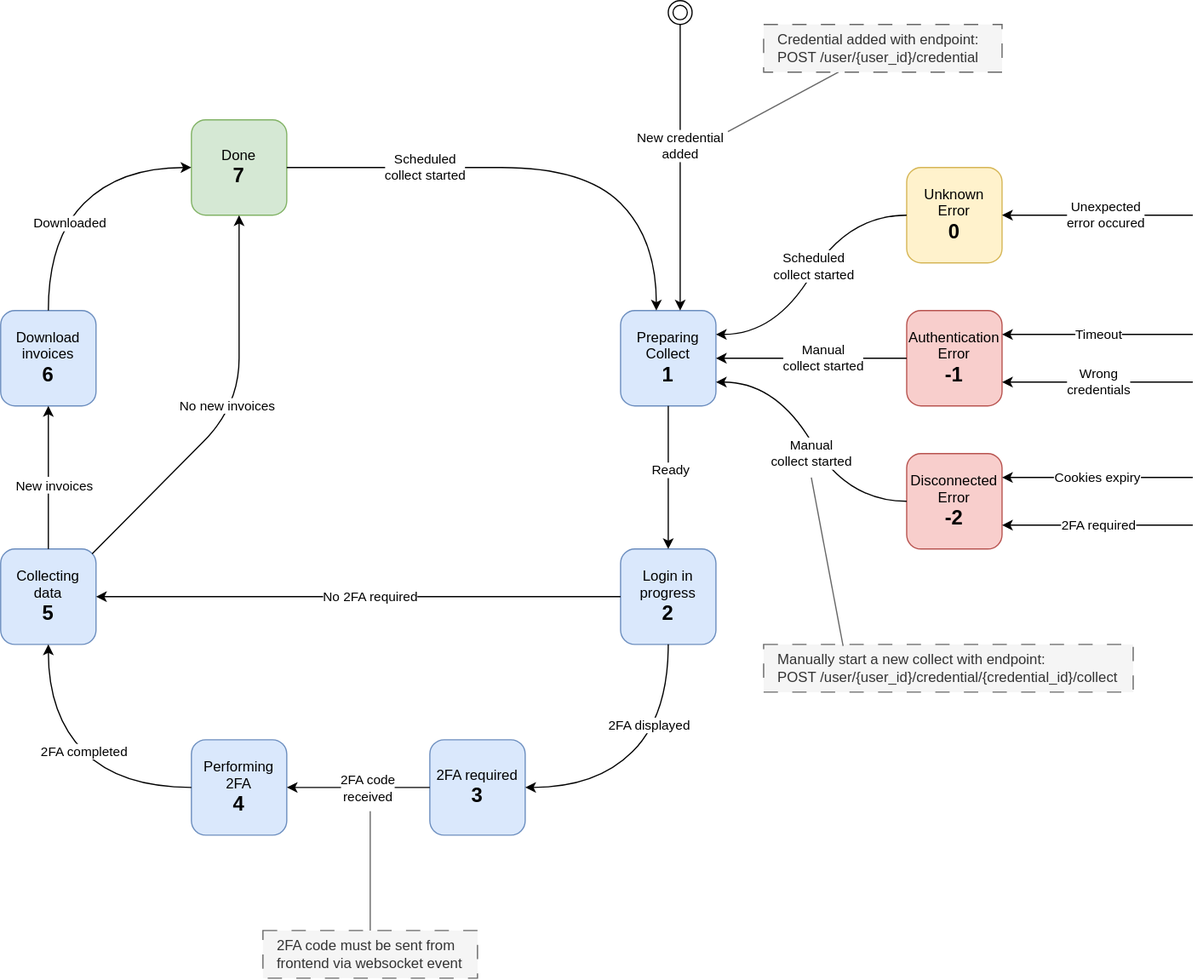
This is docs/sequence_diagram/state_diagram.svg from invoice-collector/website, a draw.io export, as it was before one commit. Source tidied: cells renumbered, new cells last; positions are measured from the earlier drawing's top-left corner, leaving out a move shared by most shapes.
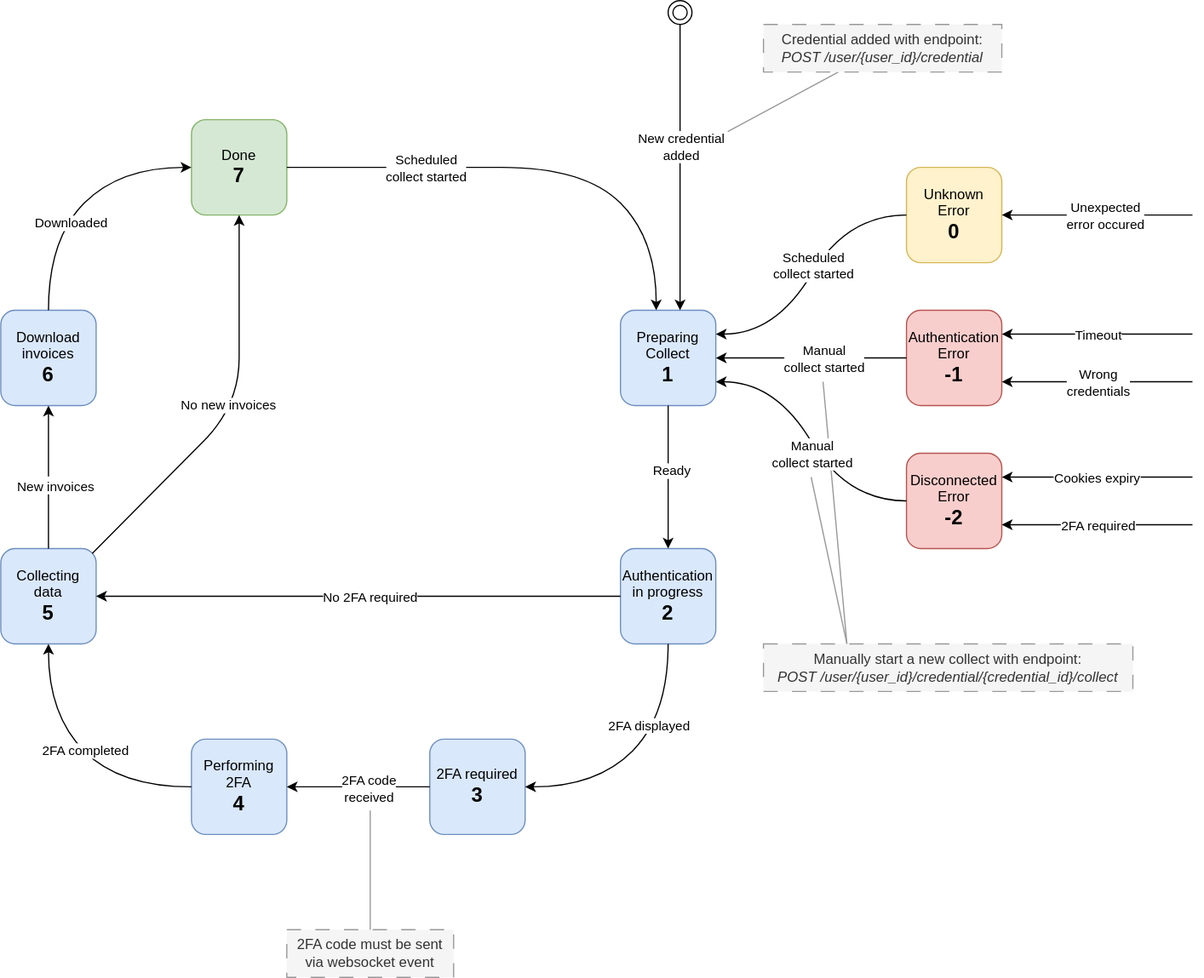
Above is the later version.

Commit message:
Update state diagram

Diff of the diagram source:
```diff
@@ -2,10 +2,16 @@
   <root>
     <mxCell id="0" />
     <mxCell id="1" parent="0" />
+    <mxCell id="56" style="edgeStyle=none;html=1;endArrow=none;endFill=0;strokeColor=#999999;" parent="1" edge="1">
+      <mxGeometry relative="1" as="geometry">
+        <mxPoint x="710" y="540" as="sourcePoint" />
+        <mxPoint x="690" y="320" as="targetPoint" />
+      </mxGeometry>
+    </mxCell>
     <mxCell id="2" value="Preparing Collect&lt;br&gt;&lt;div&gt;&lt;font style=&quot;font-size: 17px;&quot;&gt;&lt;b&gt;1&lt;/b&gt;&lt;/font&gt;&lt;/div&gt;" style="rounded=1;whiteSpace=wrap;html=1;fillColor=#dae8fc;strokeColor=#6c8ebf;" parent="1" vertex="1">
       <mxGeometry x="520" y="260" width="80" height="80" as="geometry" />
     </mxCell>
-    <mxCell id="3" value="&lt;div&gt;&lt;font color=&quot;#000000&quot;&gt;Login in progress&lt;/font&gt;&lt;/div&gt;&lt;div&gt;&lt;span style=&quot;font-size: 17px;&quot;&gt;&lt;b&gt;2&lt;/b&gt;&lt;/span&gt;&lt;/div&gt;" style="rounded=1;whiteSpace=wrap;html=1;fillColor=#dae8fc;strokeColor=#6c8ebf;" parent="1" vertex="1">
+    <mxCell id="3" value="&lt;div&gt;&lt;font color=&quot;#000000&quot;&gt;Authentication in progress&lt;/font&gt;&lt;/div&gt;&lt;div&gt;&lt;span style=&quot;font-size: 17px;&quot;&gt;&lt;b&gt;2&lt;/b&gt;&lt;/span&gt;&lt;/div&gt;" style="rounded=1;whiteSpace=wrap;html=1;fillColor=#dae8fc;strokeColor=#6c8ebf;" parent="1" vertex="1">
       <mxGeometry x="520" y="460" width="80" height="80" as="geometry" />
     </mxCell>
     <mxCell id="4" value="&lt;div&gt;&lt;font color=&quot;#000000&quot;&gt;2FA required&lt;/font&gt;&lt;/div&gt;&lt;div&gt;&lt;span style=&quot;font-size: 17px;&quot;&gt;&lt;b&gt;3&lt;/b&gt;&lt;/span&gt;&lt;/div&gt;" style="rounded=1;whiteSpace=wrap;html=1;fillColor=#dae8fc;strokeColor=#6c8ebf;" parent="1" vertex="1">
@@ -221,26 +227,27 @@
         <mxPoint x="20" y="3" as="offset" />
       </mxGeometry>
     </mxCell>
-    <mxCell id="50" style="edgeStyle=none;html=1;endArrow=none;endFill=0;strokeColor=#666666;" parent="1" edge="1" source="51">
+    <mxCell id="50" style="edgeStyle=none;html=1;endArrow=none;endFill=0;strokeColor=#999999;" parent="1" edge="1" source="51">
       <mxGeometry relative="1" as="geometry">
         <mxPoint x="610" y="110" as="targetPoint" />
       </mxGeometry>
     </mxCell>
-    <mxCell id="51" value="&lt;div&gt;Credential added with endpoint:&lt;/div&gt;POST /user/{user_id}/credential" style="whiteSpace=wrap;html=1;fillColor=#f5f5f5;fontColor=#333333;strokeColor=#666666;dashed=1;dashPattern=12 12;align=left;spacingLeft=10;" parent="1" vertex="1">
+    <mxCell id="51" value="&lt;div&gt;Credential added with endpoint:&lt;/div&gt;&lt;i&gt;POST /user/{user_id}/credential&lt;/i&gt;" style="whiteSpace=wrap;html=1;fillColor=#f5f5f5;fontColor=#333333;strokeColor=#999999;dashed=1;dashPattern=12 12;align=center;spacingLeft=0;" parent="1" vertex="1">
       <mxGeometry x="640" y="20" width="200" height="40" as="geometry" />
     </mxCell>
-    <mxCell id="52" value="&lt;div&gt;Manually start a new collect with endpoint:&lt;/div&gt;POST /user/{user_id}/credential/{credential_id}/collect" style="whiteSpace=wrap;html=1;fillColor=#f5f5f5;fontColor=#333333;strokeColor=#666666;dashed=1;dashPattern=12 12;align=left;spacingLeft=10;" parent="1" vertex="1">
+    <mxCell id="52" value="&lt;div&gt;Manually start a new collect with endpoint:&lt;/div&gt;&lt;i&gt;POST /user/{user_id}/credential/{credential_id}/collect&lt;/i&gt;" style="whiteSpace=wrap;html=1;fillColor=#f5f5f5;fontColor=#333333;strokeColor=#999999;dashed=1;dashPattern=12 12;align=center;spacingLeft=0;" parent="1" vertex="1">
       <mxGeometry x="640" y="540" width="310" height="40" as="geometry" />
     </mxCell>
-    <mxCell id="53" style="edgeStyle=none;html=1;endArrow=none;endFill=0;strokeColor=#666666;exitX=0.215;exitY=0.03;exitDx=0;exitDy=0;exitPerimeter=0;" parent="1" edge="1" source="52">
+    <mxCell id="53" style="edgeStyle=none;html=1;endArrow=none;endFill=0;strokeColor=#999999;" parent="1" edge="1">
       <mxGeometry relative="1" as="geometry">
+        <mxPoint x="710" y="540" as="sourcePoint" />
         <mxPoint x="680" y="400" as="targetPoint" />
       </mxGeometry>
     </mxCell>
-    <mxCell id="54" value="&lt;div&gt;&lt;span style=&quot;background-color: transparent;&quot;&gt;2FA code must be sent from frontend via websocket event&lt;/span&gt;&lt;/div&gt;" style="whiteSpace=wrap;html=1;fillColor=#f5f5f5;fontColor=#333333;strokeColor=#666666;dashed=1;dashPattern=12 12;align=left;spacingLeft=10;" parent="1" vertex="1">
-      <mxGeometry x="220" y="780" width="180" height="40" as="geometry" />
+    <mxCell id="54" value="&lt;div&gt;&lt;span style=&quot;background-color: transparent;&quot;&gt;2FA code must be sent&lt;/span&gt;&lt;/div&gt;&lt;div&gt;&lt;span style=&quot;background-color: transparent;&quot;&gt;via websocket event&lt;/span&gt;&lt;/div&gt;" style="whiteSpace=wrap;html=1;fillColor=#f5f5f5;fontColor=#333333;strokeColor=#999999;dashed=1;dashPattern=12 12;align=center;spacingLeft=0;" parent="1" vertex="1">
+      <mxGeometry x="240" y="780" width="140" height="40" as="geometry" />
     </mxCell>
-    <mxCell id="55" style="edgeStyle=none;html=1;endArrow=none;endFill=0;strokeColor=#666666;" parent="1" edge="1" source="54">
+    <mxCell id="55" style="edgeStyle=none;html=1;endArrow=none;endFill=0;strokeColor=#999999;" parent="1" edge="1" source="54">
       <mxGeometry relative="1" as="geometry">
         <mxPoint x="310" y="680" as="targetPoint" />
       </mxGeometry>
```
